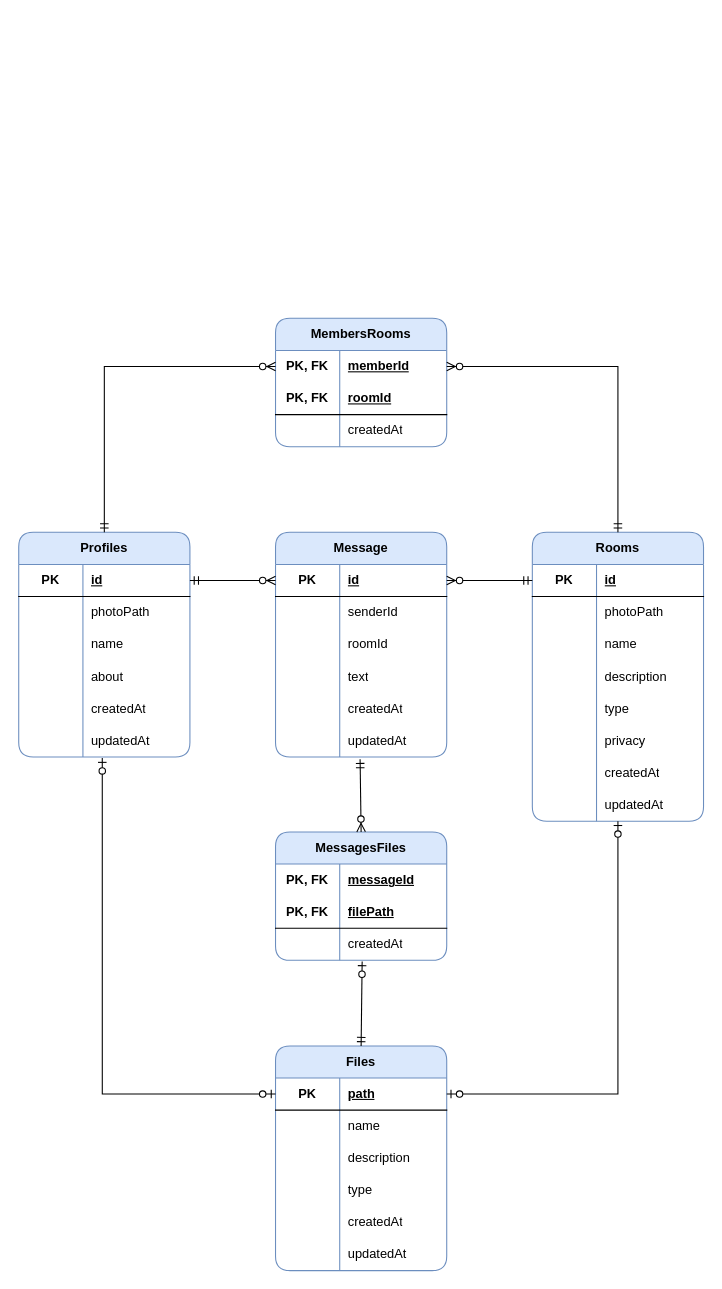
Before: page "Chat Service" (4 of 4) of documentation/Entity Relationship Diagram.drawio in Kirlos-Melad/Veigo-Chat, a draw.io diagram. Source tidied: cells renumbered, new cells numbered last; positions are measured from the earlier drawing's top-left corner, leaving out a move shared by most shapes. Both pictures are drawn from the tidied source at 107%, with x=0, y=0 at pixel (18, 318).
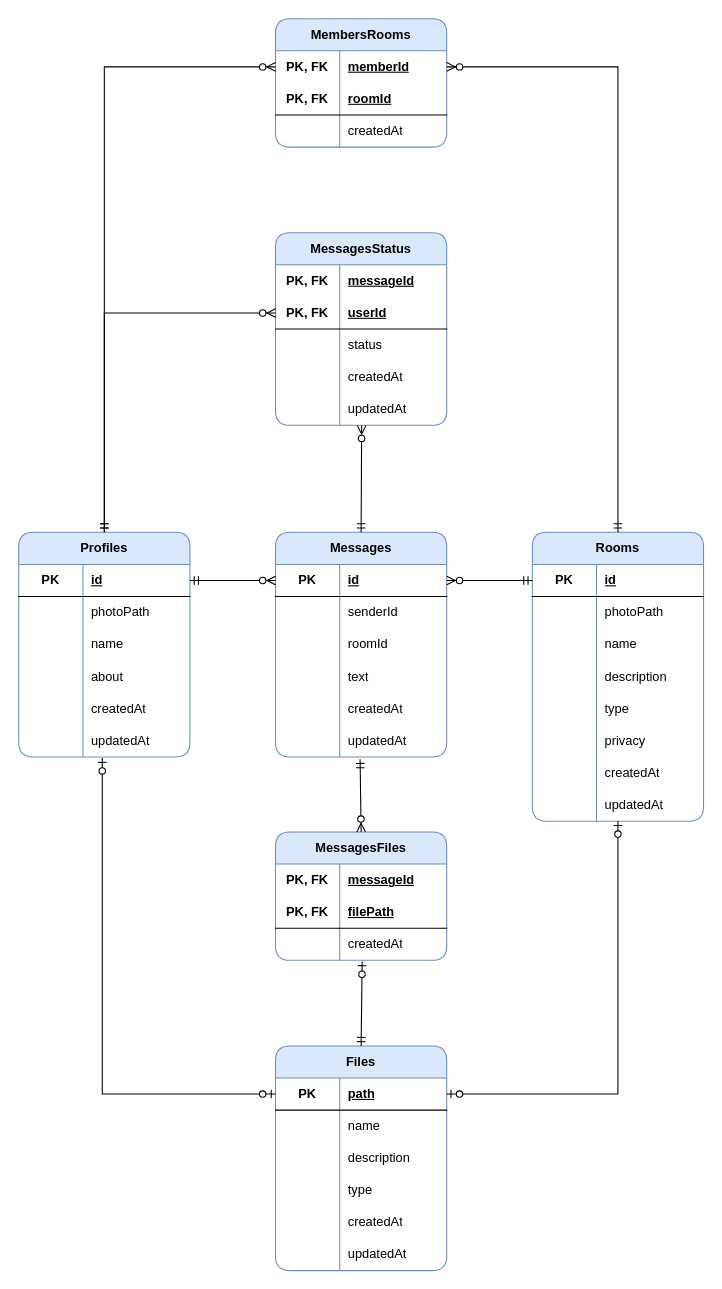
After the change.

Commit message:
Enhance the ERD to add message seen

The change refers to these unchanged cells:
```xml
<mxCell id="2" value="Profiles" style="shape=table;startSize=30;childLayout=tableLayout;rowLines=0;fontStyle=1;align=center;html=1;whiteSpace=wrap;fillColor=#dae8fc;strokeColor=#6c8ebf;rounded=1;shadow=0;swimlaneLine=1;textShadow=0;labelBorderColor=none;labelBackgroundColor=none;" parent="1" vertex="1">
  <mxGeometry y="200" width="160" height="210" as="geometry" />
</mxCell>
```

Change to the diagram source:
```diff
@@
     <mxCell id="46" value="MembersRooms" style="shape=table;startSize=30;childLayout=tableLayout;rowLines=0;fontStyle=1;align=center;html=1;whiteSpace=wrap;fillColor=#dae8fc;strokeColor=#6c8ebf;rounded=1;shadow=0;swimlaneLine=1;textShadow=0;labelBorderColor=none;labelBackgroundColor=none;" parent="1" vertex="1">
-      <mxGeometry x="240" width="160" height="120" as="geometry" />
+      <mxGeometry x="240" y="-280" width="160" height="120" as="geometry" />
     </mxCell>
@@
-    <mxCell id="56" value="Message" style="shape=table;startSize=30;childLayout=tableLayout;rowLines=0;fontStyle=1;align=center;html=1;whiteSpace=wrap;fillColor=#dae8fc;strokeColor=#6c8ebf;rounded=1;shadow=0;swimlaneLine=1;textShadow=0;labelBorderColor=none;labelBackgroundColor=none;" parent="1" vertex="1">
+    <mxCell id="56" value="Messages" style="shape=table;startSize=30;childLayout=tableLayout;rowLines=0;fontStyle=1;align=center;html=1;whiteSpace=wrap;fillColor=#dae8fc;strokeColor=#6c8ebf;rounded=1;shadow=0;swimlaneLine=1;textShadow=0;labelBorderColor=none;labelBackgroundColor=none;" parent="1" vertex="1">
       <mxGeometry x="240" y="200" width="160" height="210" as="geometry" />
     </mxCell>
@@
+    <mxCell id="112" value="MessagesStatus" style="shape=table;startSize=30;childLayout=tableLayout;rowLines=0;fontStyle=1;align=center;html=1;whiteSpace=wrap;fillColor=#dae8fc;strokeColor=#6c8ebf;rounded=1;shadow=0;swimlaneLine=1;textShadow=0;labelBorderColor=none;labelBackgroundColor=none;" parent="1" vertex="1">
+      <mxGeometry x="240" y="-80" width="160" height="180" as="geometry" />
+    </mxCell>
+    <mxCell id="113" style="shape=tableRow;horizontal=0;startSize=0;swimlaneHead=0;swimlaneBody=0;fillColor=none;top=0;left=0;right=0;bottom=0;html=1;" parent="112" vertex="1">
+      <mxGeometry y="30" width="160" height="30" as="geometry" />
+    </mxCell>
+    <mxCell id="114" value="&lt;b&gt;PK, FK&lt;/b&gt;" style="shape=partialRectangle;fillColor=none;top=0;left=0;bottom=0;right=0;overflow=hidden;html=1;whiteSpace=wrap;" parent="113" vertex="1">
+      <mxGeometry width="60" height="30" as="geometry" />
+    </mxCell>
+    <mxCell id="115" value="&lt;b&gt;&lt;u&gt;messageId&lt;/u&gt;&lt;/b&gt;" style="shape=partialRectangle;fillColor=none;top=0;left=0;bottom=0;right=0;align=left;spacingLeft=6;overflow=hidden;html=1;whiteSpace=wrap;" parent="113" vertex="1">
+      <mxGeometry x="60" width="100" height="30" as="geometry" />
+    </mxCell>
+    <mxCell id="116" style="shape=tableRow;horizontal=0;startSize=0;swimlaneHead=0;swimlaneBody=0;fillColor=none;points=[[0,0.5],[1,0.5]];portConstraint=eastwest;top=0;left=0;right=0;bottom=1;html=1;" parent="112" vertex="1">
+      <mxGeometry y="60" width="160" height="30" as="geometry" />
+    </mxCell>
+    <mxCell id="117" value="PK, FK" style="shape=partialRectangle;fillColor=none;top=0;left=0;bottom=0;right=0;fontStyle=1;overflow=hidden;html=1;whiteSpace=wrap;" parent="116" vertex="1">
+      <mxGeometry width="60" height="30" as="geometry" />
+    </mxCell>
+    <mxCell id="118" value="userId" style="shape=partialRectangle;fillColor=none;top=0;left=0;bottom=0;right=0;align=left;spacingLeft=6;fontStyle=5;overflow=hidden;html=1;whiteSpace=wrap;" parent="116" vertex="1">
+      <mxGeometry x="60" width="100" height="30" as="geometry" />
+    </mxCell>
+    <mxCell id="119" style="shape=tableRow;horizontal=0;startSize=0;swimlaneHead=0;swimlaneBody=0;fillColor=none;top=0;left=0;right=0;bottom=0;html=1;" parent="112" vertex="1">
+      <mxGeometry y="90" width="160" height="30" as="geometry" />
+    </mxCell>
+    <mxCell id="120" style="shape=partialRectangle;fillColor=none;top=0;left=0;bottom=0;right=0;overflow=hidden;html=1;whiteSpace=wrap;" parent="119" vertex="1">
+      <mxGeometry width="60" height="30" as="geometry" />
+    </mxCell>
+    <mxCell id="121" value="status" style="shape=partialRectangle;fillColor=none;top=0;left=0;bottom=0;right=0;align=left;spacingLeft=6;overflow=hidden;html=1;whiteSpace=wrap;" parent="119" vertex="1">
+      <mxGeometry x="60" width="100" height="30" as="geometry" />
+    </mxCell>
+    <mxCell id="122" style="shape=tableRow;horizontal=0;startSize=0;swimlaneHead=0;swimlaneBody=0;fillColor=none;top=0;left=0;right=0;bottom=0;html=1;" parent="112" vertex="1">
+      <mxGeometry y="120" width="160" height="30" as="geometry" />
+    </mxCell>
+    <mxCell id="123" style="shape=partialRectangle;fillColor=none;top=0;left=0;bottom=0;right=0;overflow=hidden;html=1;whiteSpace=wrap;" parent="122" vertex="1">
+      <mxGeometry width="60" height="30" as="geometry" />
+    </mxCell>
+    <mxCell id="124" value="createdAt" style="shape=partialRectangle;fillColor=none;top=0;left=0;bottom=0;right=0;align=left;spacingLeft=6;overflow=hidden;html=1;whiteSpace=wrap;" parent="122" vertex="1">
+      <mxGeometry x="60" width="100" height="30" as="geometry" />
+    </mxCell>
+    <mxCell id="125" style="shape=tableRow;horizontal=0;startSize=0;swimlaneHead=0;swimlaneBody=0;fillColor=none;points=[[0,0.5],[1,0.5]];portConstraint=eastwest;top=0;left=0;right=0;bottom=0;html=1;" parent="112" vertex="1">
+      <mxGeometry y="150" width="160" height="30" as="geometry" />
+    </mxCell>
+    <mxCell id="126" style="shape=partialRectangle;fillColor=none;top=0;left=0;bottom=0;right=0;overflow=hidden;html=1;whiteSpace=wrap;" parent="125" vertex="1">
+      <mxGeometry width="60" height="30" as="geometry" />
+    </mxCell>
+    <mxCell id="127" value="updatedAt" style="shape=partialRectangle;fillColor=none;top=0;left=0;bottom=0;right=0;align=left;spacingLeft=6;overflow=hidden;html=1;whiteSpace=wrap;" parent="125" vertex="1">
+      <mxGeometry x="60" width="100" height="30" as="geometry" />
+    </mxCell>
+    <mxCell id="128" style="fontSize=12;html=1;endArrow=ERzeroToMany;startArrow=ERmandOne;rounded=0;exitX=0.5;exitY=0;exitDx=0;exitDy=0;entryX=0.503;entryY=1.008;entryDx=0;entryDy=0;entryPerimeter=0;" parent="1" edge="1" source="56" target="125">
+      <mxGeometry relative="1" as="geometry" />
+    </mxCell>
+    <mxCell id="129" style="fontSize=12;html=1;endArrow=ERzeroToMany;startArrow=ERmandOne;rounded=0;exitX=0.5;exitY=0;exitDx=0;exitDy=0;entryX=0;entryY=0.5;entryDx=0;entryDy=0;edgeStyle=orthogonalEdgeStyle;" parent="1" edge="1" source="2" target="116">
+      <mxGeometry relative="1" as="geometry" />
+    </mxCell>
```
